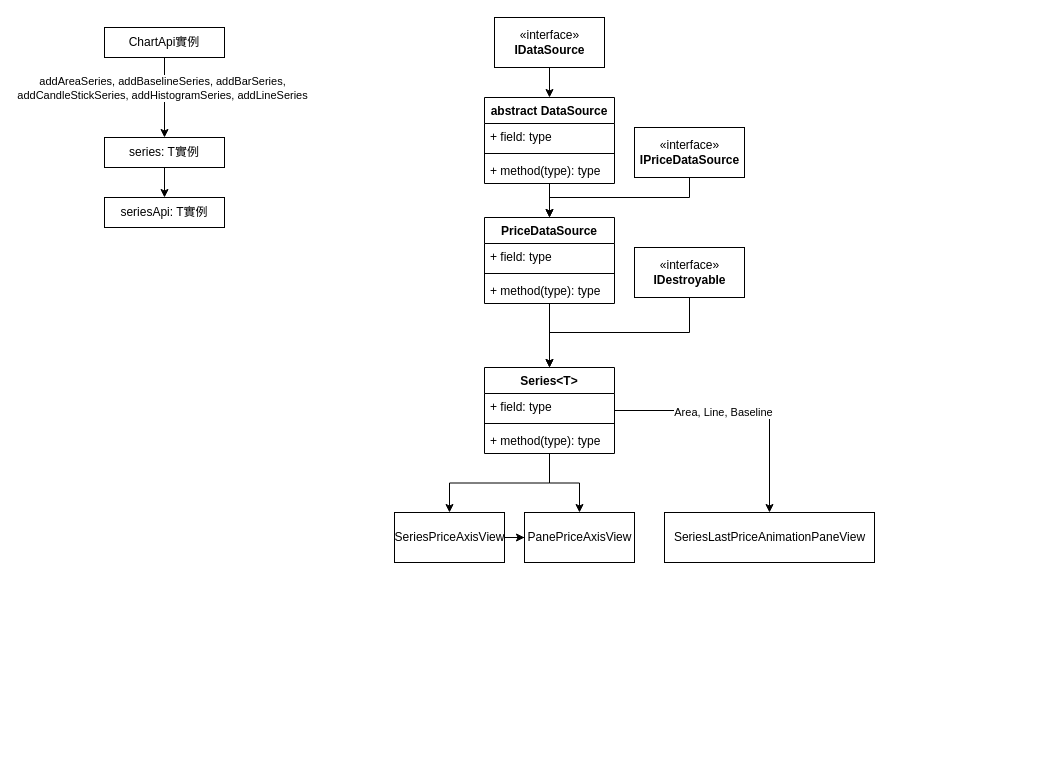
The draw.io diagram page "addSeries call" (4 of 4) of src/chart-api_relationship.drawio in chenhh/lightweight-charts, before the edit. Source tidied: cells renumbered, new cells numbered last; positions are measured from the earlier drawing's top-left corner, leaving out a move shared by most shapes. Both pictures are drawn from the tidied source at 100%, with x=0, y=0 at pixel (104, 17).
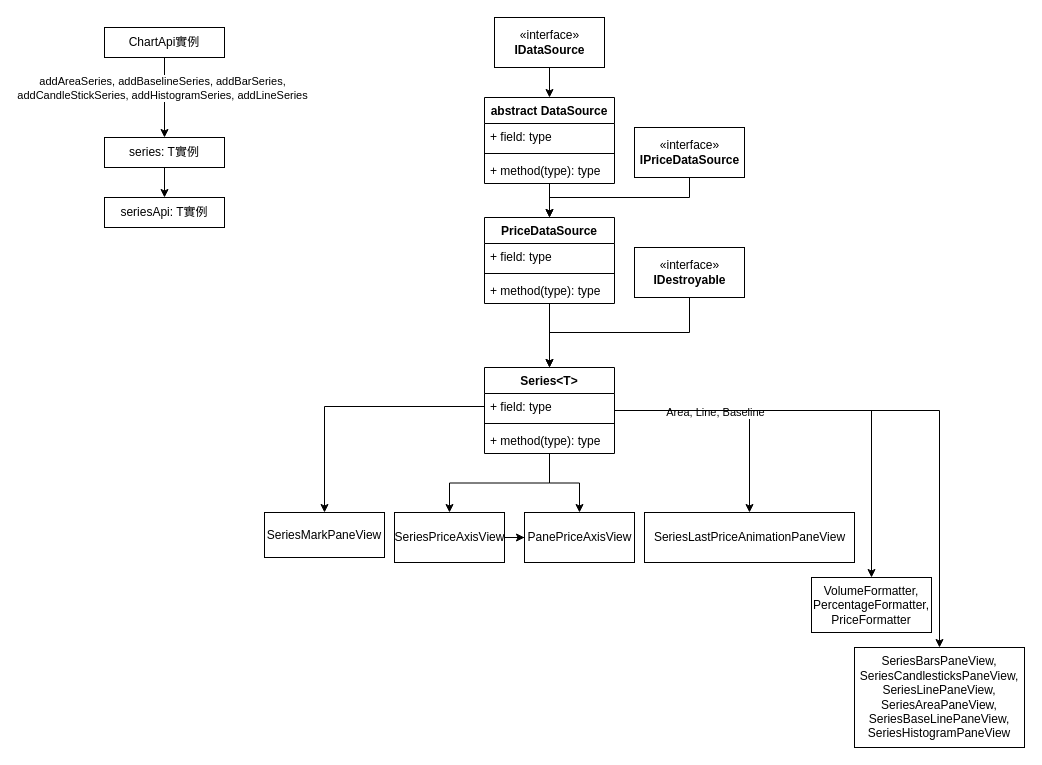
The same diagram, later.

Commit message (it also covers changes not shown here):
add chart-api comments

Unchanged cells that the change refers to:
```xml
<mxCell id="27" value="Series&lt;T&gt;" style="swimlane;fontStyle=1;align=center;verticalAlign=top;horizontal=1;startSize=26;" parent="1" vertex="1">
  <mxGeometry x="380" y="350" width="130" height="86" as="geometry" />
</mxCell>
<mxCell id="28" value="+ field: type" style="text;strokeColor=none;fillColor=none;align=left;verticalAlign=top;spacingLeft=4;spacingRight=4;overflow=hidden;points=[[0,0.5],[1,0.5]];portConstraint=eastwest;" parent="27" vertex="1">
  <mxGeometry y="26" width="130" height="26" as="geometry" />
</mxCell>
```

Change to the diagram source:
```diff
@@
+    <mxCell id="37" style="edgeStyle=orthogonalEdgeStyle;rounded=0;jettySize=auto;html=1;entryX=0.5;entryY=0;entryDx=0;entryDy=0;" parent="1" edge="1" source="27" target="39">
+      <mxGeometry relative="1" as="geometry" />
+    </mxCell>
+    <mxCell id="38" style="edgeStyle=orthogonalEdgeStyle;rounded=0;jettySize=auto;html=1;entryX=0.5;entryY=0;entryDx=0;entryDy=0;" parent="1" edge="1" source="27" target="42">
+      <mxGeometry relative="1" as="geometry" />
+    </mxCell>
@@
     <mxCell id="36" value="SeriesLastPriceAnimationPaneView" style="html=1;" parent="1" vertex="1">
-      <mxGeometry x="560" y="495" width="210" height="50" as="geometry" />
+      <mxGeometry x="540" y="495" width="210" height="50" as="geometry" />
     </mxCell>
+    <mxCell id="39" value="VolumeFormatter,&lt;br&gt;PercentageFormatter,&lt;br&gt;PriceFormatter" style="rounded=0;whiteSpace=wrap;html=1;" parent="1" vertex="1">
+      <mxGeometry x="707" y="560" width="120" height="55" as="geometry" />
+    </mxCell>
+    <mxCell id="40" value="SeriesMarkPaneView" style="rounded=0;whiteSpace=wrap;html=1;" parent="1" vertex="1">
+      <mxGeometry x="160" y="495" width="120" height="45" as="geometry" />
+    </mxCell>
+    <mxCell id="41" style="edgeStyle=orthogonalEdgeStyle;rounded=0;jettySize=auto;html=1;" parent="1" edge="1" source="28" target="40">
+      <mxGeometry relative="1" as="geometry" />
+    </mxCell>
+    <mxCell id="42" value="SeriesBarsPaneView,&lt;br&gt;SeriesCandlesticksPaneView,&lt;br&gt;SeriesLinePaneView,&lt;br&gt;SeriesAreaPaneView,&lt;br&gt;SeriesBaseLinePaneView,&lt;br&gt;SeriesHistogramPaneView" style="rounded=0;whiteSpace=wrap;html=1;" parent="1" vertex="1">
+      <mxGeometry x="750" y="630" width="170" height="100" as="geometry" />
+    </mxCell>
```
